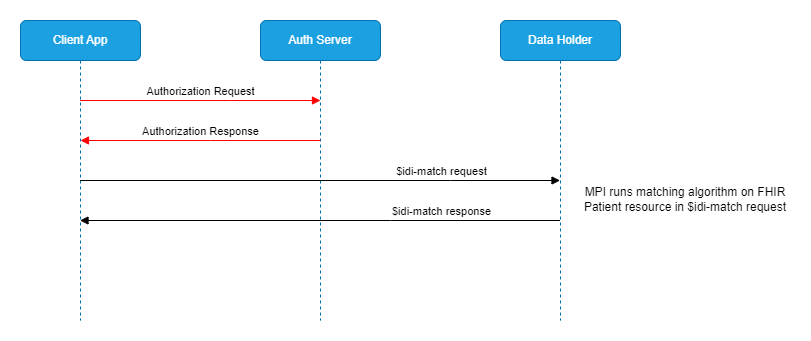
HL7/fhir-identity-matching-ig keeps this draw.io diagram as input/images/b2b.png. Above is the earlier version. Source tidied: cells renumbered, new cells last; positions are measured from the earlier drawing's top-left corner, leaving out a move shared by most shapes.
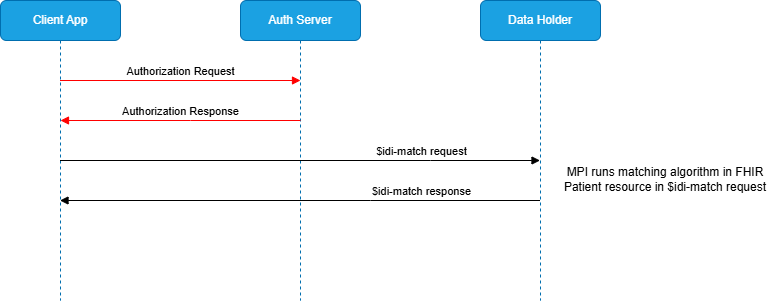
The same file after the commit.

Commit message:
Added Patient-Directed B2C Using Digital Identity use case diagram

The edit, as a diff of the source:
```diff
@@ -44,7 +44,7 @@
         </Array>
       </mxGeometry>
     </mxCell>
-    <mxCell id="9" value="MPI runs matching algorithm on FHIR Patient resource in $idi-match request" style="text;html=1;align=center;verticalAlign=middle;whiteSpace=wrap;rounded=0;" parent="1" vertex="1">
+    <mxCell id="9" value="MPI runs matching algorithm in FHIR Patient resource in $idi-match request" style="text;html=1;align=center;verticalAlign=middle;whiteSpace=wrap;rounded=0;" parent="1" vertex="1">
       <mxGeometry x="560" y="129" width="210" height="100" as="geometry" />
     </mxCell>
   </root>
```
